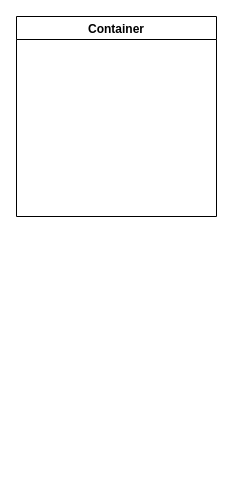
troywjz/AHA keeps this draw.io diagram as 竞调.drawio. Above is the earlier version. Source tidied: cells renumbered, new cells numbered last; positions are measured from the earlier drawing's top-left corner, leaving out a move shared by most shapes. Both pictures are drawn from the tidied source at 100%, with x=0, y=0 at pixel (16, 16).
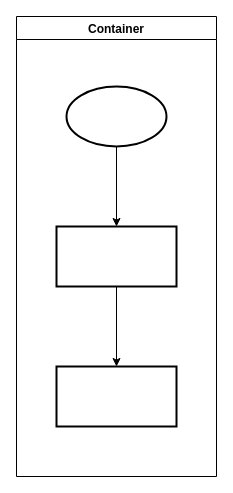
After the change.

Diff of the diagram source:
```diff
@@
 <mxGraphModel>
   <root>
     <mxCell id="0" />
     <mxCell id="1" parent="0" />
     <mxCell id="2" value="Container" style="swimlane;" parent="1" vertex="1">
-      <mxGeometry width="200" height="200" as="geometry" />
+      <mxGeometry width="200" height="460" as="geometry" />
     </mxCell>
+    <mxCell id="3" style="edgeStyle=orthogonalEdgeStyle;rounded=0;jettySize=auto;html=1;" parent="2" edge="1" source="4" target="5">
+      <mxGeometry relative="1" as="geometry" />
+    </mxCell>
+    <mxCell id="4" style="strokeWidth=2;html=1;shape=mxgraph.flowchart.start_1;whiteSpace=wrap;direction=west;" parent="2" vertex="1">
+      <mxGeometry x="50" y="70" width="100" height="60" as="geometry" />
+    </mxCell>
+    <mxCell id="5" style="whiteSpace=wrap;html=1;strokeWidth=2;" parent="2" vertex="1">
+      <mxGeometry x="40" y="210" width="120" height="60" as="geometry" />
+    </mxCell>
+    <mxCell id="6" style="whiteSpace=wrap;html=1;strokeWidth=2;" parent="1" vertex="1">
+      <mxGeometry x="40" y="350" width="120" height="60" as="geometry" />
+    </mxCell>
+    <mxCell id="7" style="edgeStyle=orthogonalEdgeStyle;rounded=0;jettySize=auto;html=1;" parent="1" edge="1" source="5" target="6">
+      <mxGeometry relative="1" as="geometry" />
+    </mxCell>
   </root>
 </mxGraphModel>
```
